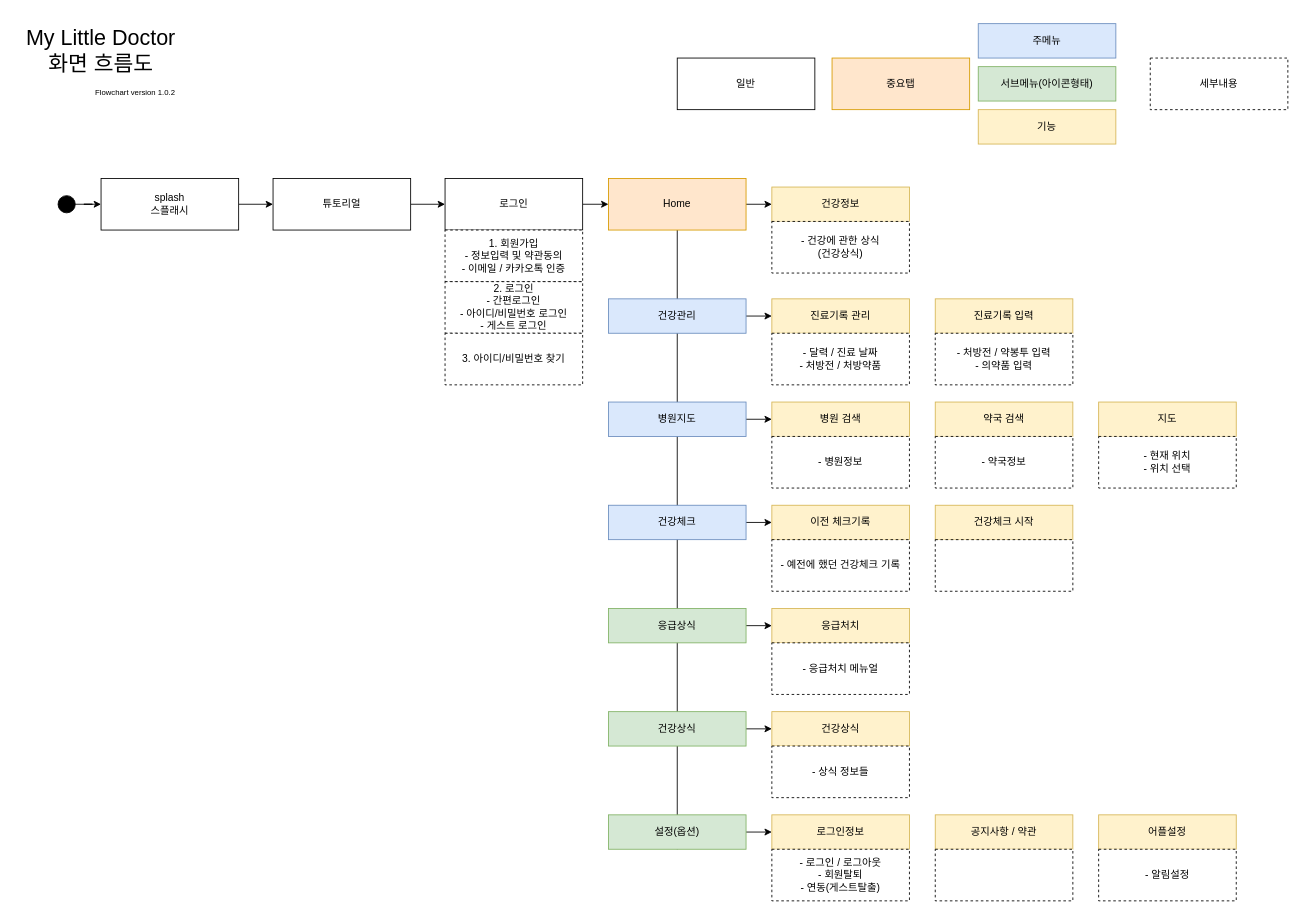
Hamiric/MLD keeps this draw.io diagram as page "Page-2" (1 of 2) of Untitled Diagram.drawio.xml. Above is the earlier version. Source tidied: cells renumbered, new cells numbered last; positions are measured from the earlier drawing's top-left corner, leaving out a move shared by most shapes. Both pictures are drawn from the tidied source at 86%, with x=0, y=0 at pixel (15, 15).
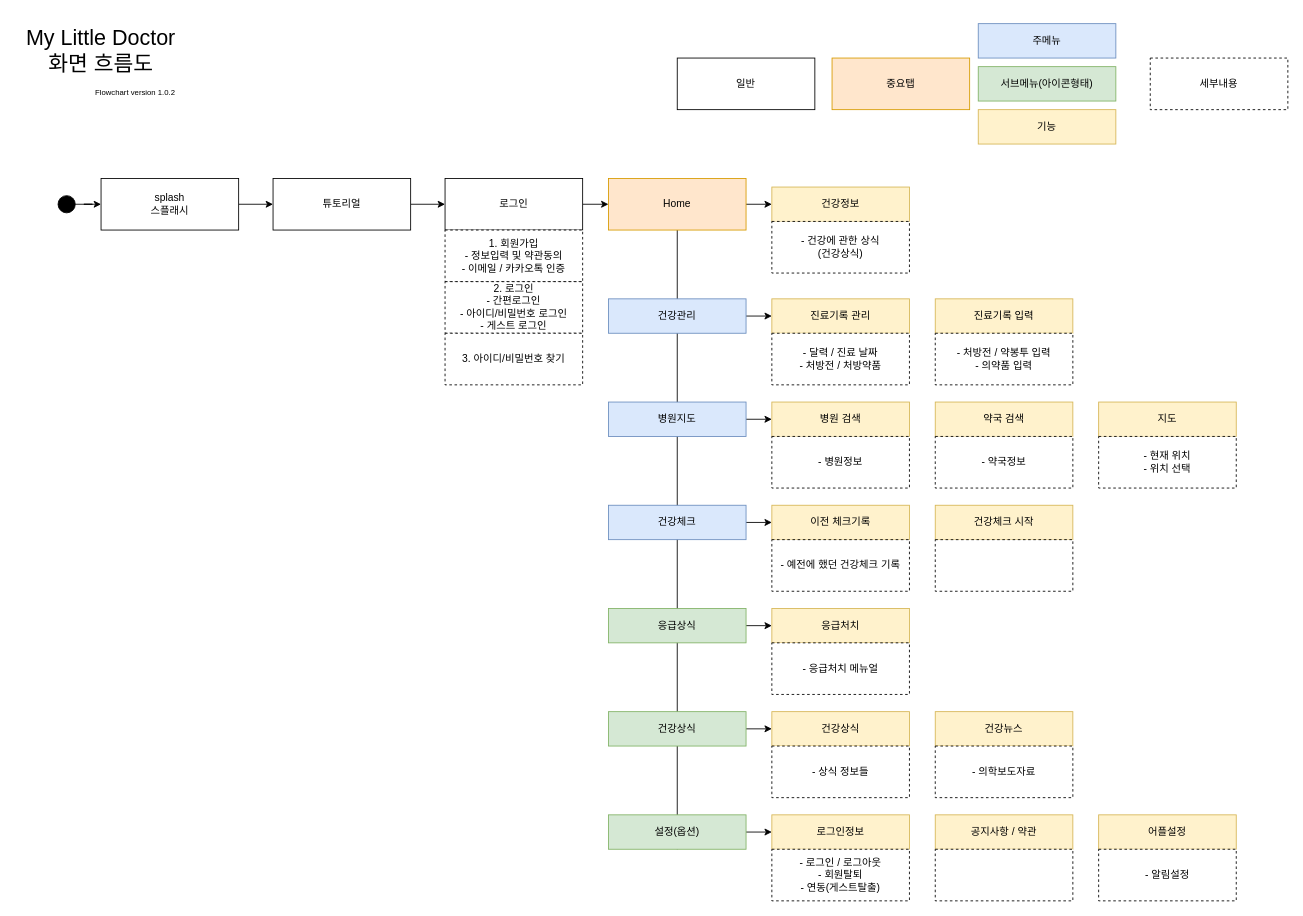
Above is the later version.

What changed in the source:
```diff
@@
+    <mxCell id="63" value="건강뉴스" style="rounded=0;whiteSpace=wrap;html=1;fillColor=#fff2cc;strokeColor=#d6b656;" parent="1" vertex="1">
+      <mxGeometry x="1070" y="810" width="160" height="40" as="geometry" />
+    </mxCell>
+    <mxCell id="64" value="- 의학보도자료" style="rounded=0;whiteSpace=wrap;html=1;fillColor=#FFFFFF;dashed=1;" parent="1" vertex="1">
+      <mxGeometry x="1070" y="850" width="160" height="60" as="geometry" />
+    </mxCell>
```
